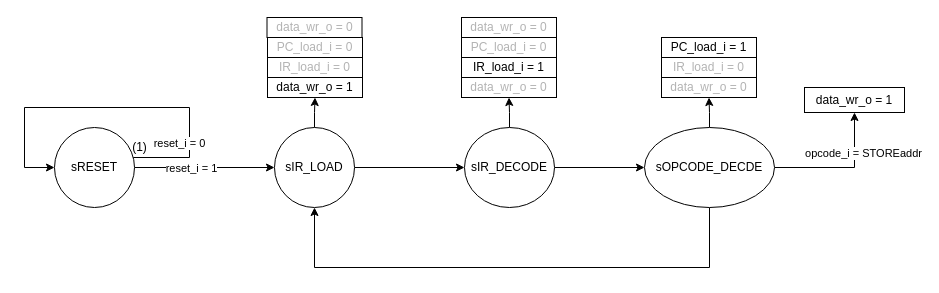
Earlier version of the draw.io diagram _documents/schemas/schemaEtats.drawio (catabozan/sysnum-applique). Source tidied: cells renumbered, new cells numbered last; positions are measured from the earlier drawing's top-left corner, leaving out a move shared by most shapes. Both pictures are drawn from the tidied source at 100%, with x=0, y=0 at pixel (24, 17).
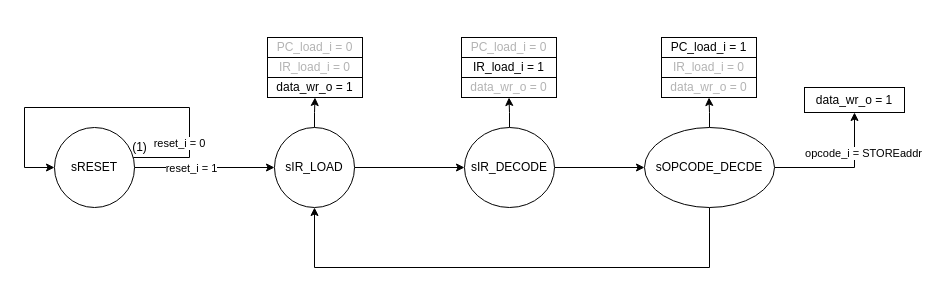
After the change.

Diff of the diagram source:
```diff
@@
-    <mxCell id="29" value="&lt;span style=&quot;&quot;&gt;data_wr_o = 0&lt;/span&gt;" style="whiteSpace=wrap;html=1;fontColor=#B3B3B3;" parent="1" vertex="1">
-      <mxGeometry x="437" width="95" height="20" as="geometry" />
-    </mxCell>
-    <mxCell id="30" value="&lt;span style=&quot;&quot;&gt;data_wr_o = 0&lt;/span&gt;" style="whiteSpace=wrap;html=1;fontColor=#B3B3B3;" parent="1" vertex="1">
-      <mxGeometry x="242.5" width="95" height="20" as="geometry" />
-    </mxCell>
```
